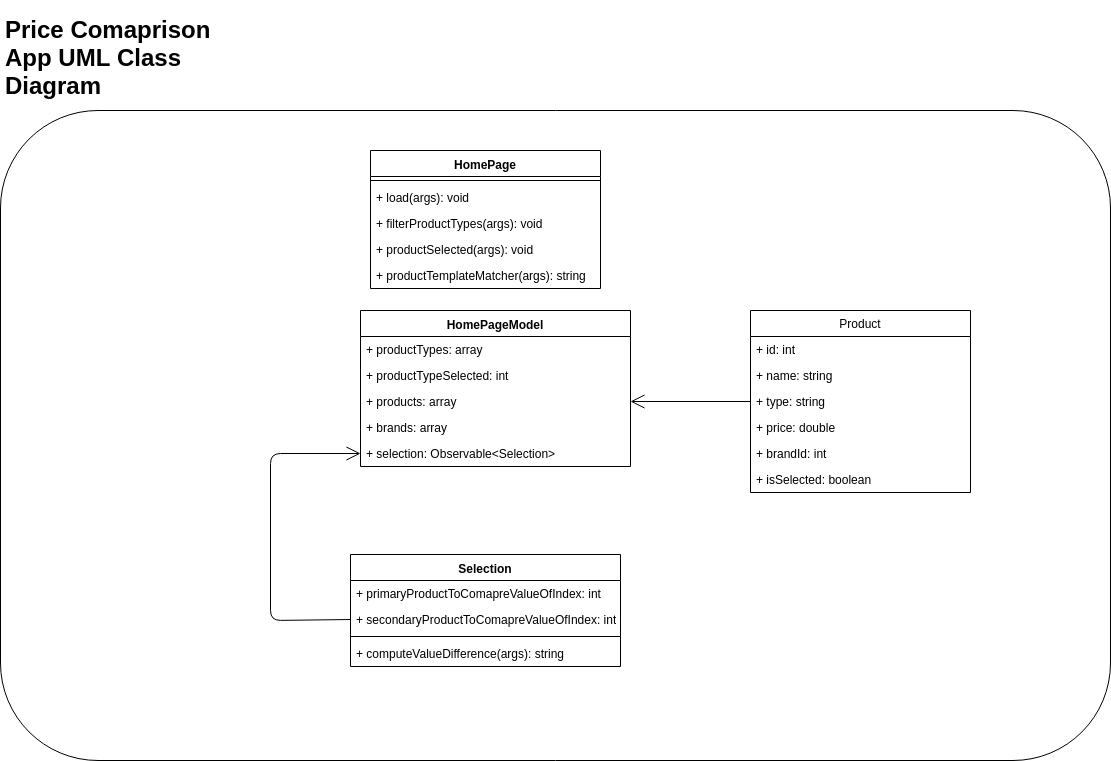
RyanMolyneux/PriceComparisonApp keeps this draw.io diagram as UMLClassDiagram.png. Above is the earlier version. Source tidied: cells renumbered, new cells last; positions are measured from the earlier drawing's top-left corner, leaving out a move shared by most shapes. Its diagram source:
```xml
<mxGraphModel>
  <root>
    <mxCell id="0" />
    <mxCell id="1" parent="0" />
    <mxCell id="2" style="rounded=1;whiteSpace=wrap;html=1;" parent="1" vertex="1">
      <mxGeometry y="100" width="1110" height="650" as="geometry" />
    </mxCell>
    <mxCell id="3" value="HomePage" style="swimlane;fontStyle=1;align=center;verticalAlign=top;horizontal=1;startSize=26;" parent="1" vertex="1">
      <mxGeometry x="370" y="140" width="230" height="138" as="geometry" />
    </mxCell>
    <mxCell id="4" style="line;strokeWidth=1;fillColor=none;align=left;verticalAlign=middle;spacingTop=-1;spacingLeft=3;spacingRight=3;labelPosition=right;" parent="3" vertex="1">
      <mxGeometry y="26" width="230" height="8" as="geometry" />
    </mxCell>
    <mxCell id="5" value="+ load(args): void" style="text;strokeColor=none;fillColor=none;align=left;verticalAlign=top;spacingLeft=4;spacingRight=4;overflow=hidden;" parent="3" vertex="1">
      <mxGeometry y="34" width="230" height="26" as="geometry" />
    </mxCell>
    <mxCell id="6" value="+ filterProductTypes(args): void" style="text;strokeColor=none;fillColor=none;align=left;verticalAlign=top;spacingLeft=4;spacingRight=4;overflow=hidden;" parent="3" vertex="1">
      <mxGeometry y="60" width="230" height="26" as="geometry" />
    </mxCell>
    <mxCell id="7" value="+ productSelected(args): void" style="text;strokeColor=none;fillColor=none;align=left;verticalAlign=top;spacingLeft=4;spacingRight=4;overflow=hidden;" parent="3" vertex="1">
      <mxGeometry y="86" width="230" height="26" as="geometry" />
    </mxCell>
    <mxCell id="8" value="+ productTemplateMatcher(args): string" style="text;strokeColor=none;fillColor=none;align=left;verticalAlign=top;spacingLeft=4;spacingRight=4;overflow=hidden;" parent="3" vertex="1">
      <mxGeometry y="112" width="230" height="26" as="geometry" />
    </mxCell>
    <mxCell id="9" value="HomePageModel" style="swimlane;fontStyle=1;align=center;verticalAlign=top;horizontal=1;startSize=26;" parent="1" vertex="1">
      <mxGeometry x="360" y="300" width="270" height="156" as="geometry" />
    </mxCell>
    <mxCell id="10" value="+ productTypes: array" style="text;strokeColor=none;fillColor=none;align=left;verticalAlign=top;spacingLeft=4;spacingRight=4;overflow=hidden;" parent="9" vertex="1">
      <mxGeometry y="26" width="270" height="26" as="geometry" />
    </mxCell>
    <mxCell id="11" value="+ productTypeSelected: int" style="text;strokeColor=none;fillColor=none;align=left;verticalAlign=top;spacingLeft=4;spacingRight=4;overflow=hidden;" parent="9" vertex="1">
      <mxGeometry y="52" width="270" height="26" as="geometry" />
    </mxCell>
    <mxCell id="12" value="+ products: array" style="text;strokeColor=none;fillColor=none;align=left;verticalAlign=top;spacingLeft=4;spacingRight=4;overflow=hidden;points=[[0,0.5],[1,0.5]];portConstraint=eastwest;" parent="9" vertex="1">
      <mxGeometry y="78" width="270" height="26" as="geometry" />
    </mxCell>
    <mxCell id="13" value="+ brands: array" style="text;strokeColor=none;fillColor=none;align=left;verticalAlign=top;spacingLeft=4;spacingRight=4;overflow=hidden;" parent="9" vertex="1">
      <mxGeometry y="104" width="270" height="26" as="geometry" />
    </mxCell>
    <mxCell id="14" value="+ selection: Observable&lt;Selection&gt;" style="text;strokeColor=none;fillColor=none;align=left;verticalAlign=top;spacingLeft=4;spacingRight=4;overflow=hidden;points=[[0,0.5],[1,0.5]];portConstraint=eastwest;" parent="9" vertex="1">
      <mxGeometry y="130" width="270" height="26" as="geometry" />
    </mxCell>
    <mxCell id="15" value="Product" style="swimlane;fontStyle=0;horizontal=1;startSize=26;fillColor=none;" parent="1" vertex="1">
      <mxGeometry x="750" y="300" width="220" height="182" as="geometry" />
    </mxCell>
    <mxCell id="16" value="+ id: int" style="text;strokeColor=none;fillColor=none;align=left;verticalAlign=top;spacingLeft=4;spacingRight=4;overflow=hidden;" parent="15" vertex="1">
      <mxGeometry y="26" width="220" height="26" as="geometry" />
    </mxCell>
    <mxCell id="17" value="+ name: string" style="text;strokeColor=none;fillColor=none;align=left;verticalAlign=top;spacingLeft=4;spacingRight=4;overflow=hidden;" parent="15" vertex="1">
      <mxGeometry y="52" width="220" height="26" as="geometry" />
    </mxCell>
    <mxCell id="18" value="+ type: string" style="text;strokeColor=none;fillColor=none;align=left;verticalAlign=top;spacingLeft=4;spacingRight=4;overflow=hidden;points=[[0,0.5],[1,0.5]];portConstraint=eastwest;" parent="15" vertex="1">
      <mxGeometry y="78" width="220" height="26" as="geometry" />
    </mxCell>
    <mxCell id="19" value="+ price: double" style="text;strokeColor=none;fillColor=none;align=left;verticalAlign=top;spacingLeft=4;spacingRight=4;overflow=hidden;" parent="15" vertex="1">
      <mxGeometry y="104" width="220" height="26" as="geometry" />
    </mxCell>
    <mxCell id="20" value="+ brandId: int" style="text;strokeColor=none;fillColor=none;align=left;verticalAlign=top;spacingLeft=4;spacingRight=4;overflow=hidden;" parent="15" vertex="1">
      <mxGeometry y="130" width="220" height="26" as="geometry" />
    </mxCell>
    <mxCell id="21" value="+ isSelected: boolean" style="text;strokeColor=none;fillColor=none;align=left;verticalAlign=top;spacingLeft=4;spacingRight=4;overflow=hidden;" parent="15" vertex="1">
      <mxGeometry y="156" width="220" height="26" as="geometry" />
    </mxCell>
    <mxCell id="22" value="Selection" style="swimlane;fontStyle=1;align=center;verticalAlign=top;horizontal=1;startSize=26;" parent="1" vertex="1">
      <mxGeometry x="350" y="544" width="270" height="112" as="geometry" />
    </mxCell>
    <mxCell id="23" value="+ primaryProductToComapreValueOfIndex: int" style="text;strokeColor=none;fillColor=none;align=left;verticalAlign=top;spacingLeft=4;spacingRight=4;overflow=hidden;" parent="22" vertex="1">
      <mxGeometry y="26" width="270" height="26" as="geometry" />
    </mxCell>
    <mxCell id="24" value="+ secondaryProductToComapreValueOfIndex: int" style="text;strokeColor=none;fillColor=none;align=left;verticalAlign=top;spacingLeft=4;spacingRight=4;overflow=hidden;points=[[0,0.5],[1,0.5]];portConstraint=eastwest;" parent="22" vertex="1">
      <mxGeometry y="52" width="270" height="26" as="geometry" />
    </mxCell>
    <mxCell id="25" style="line;strokeWidth=1;fillColor=none;align=left;verticalAlign=middle;spacingTop=-1;spacingLeft=3;spacingRight=3;labelPosition=right;" parent="22" vertex="1">
      <mxGeometry y="78" width="270" height="8" as="geometry" />
    </mxCell>
    <mxCell id="26" value="+ computeValueDifference(args): string" style="text;strokeColor=none;fillColor=none;align=left;verticalAlign=top;spacingLeft=4;spacingRight=4;overflow=hidden;" parent="22" vertex="1">
      <mxGeometry y="86" width="270" height="26" as="geometry" />
    </mxCell>
    <mxCell id="27" value="&lt;h1&gt;Price Comaprison App UML Class Diagram&lt;/h1&gt;" style="text;html=1;strokeColor=none;fillColor=none;spacing=5;spacingTop=-20;whiteSpace=wrap;overflow=hidden;rounded=0;" parent="1" vertex="1">
      <mxGeometry width="230" height="120" as="geometry" />
    </mxCell>
    <mxCell id="28" style="endArrow=open;endFill=1;endSize=12;html=1;entryX=1;entryY=0.5;entryDx=0;entryDy=0;exitX=0;exitY=0.5;exitDx=0;exitDy=0;" parent="1" edge="1" source="18" target="12">
      <mxGeometry relative="1" as="geometry" />
    </mxCell>
    <mxCell id="29" style="endArrow=open;endFill=1;endSize=12;html=1;entryX=0;entryY=0.5;entryDx=0;entryDy=0;exitX=0;exitY=0.5;exitDx=0;exitDy=0;" parent="1" edge="1" source="24" target="14">
      <mxGeometry relative="1" as="geometry">
        <Array as="points">
          <mxPoint x="270" y="610" />
          <mxPoint x="270" y="443" />
        </Array>
      </mxGeometry>
    </mxCell>
  </root>
</mxGraphModel>
```
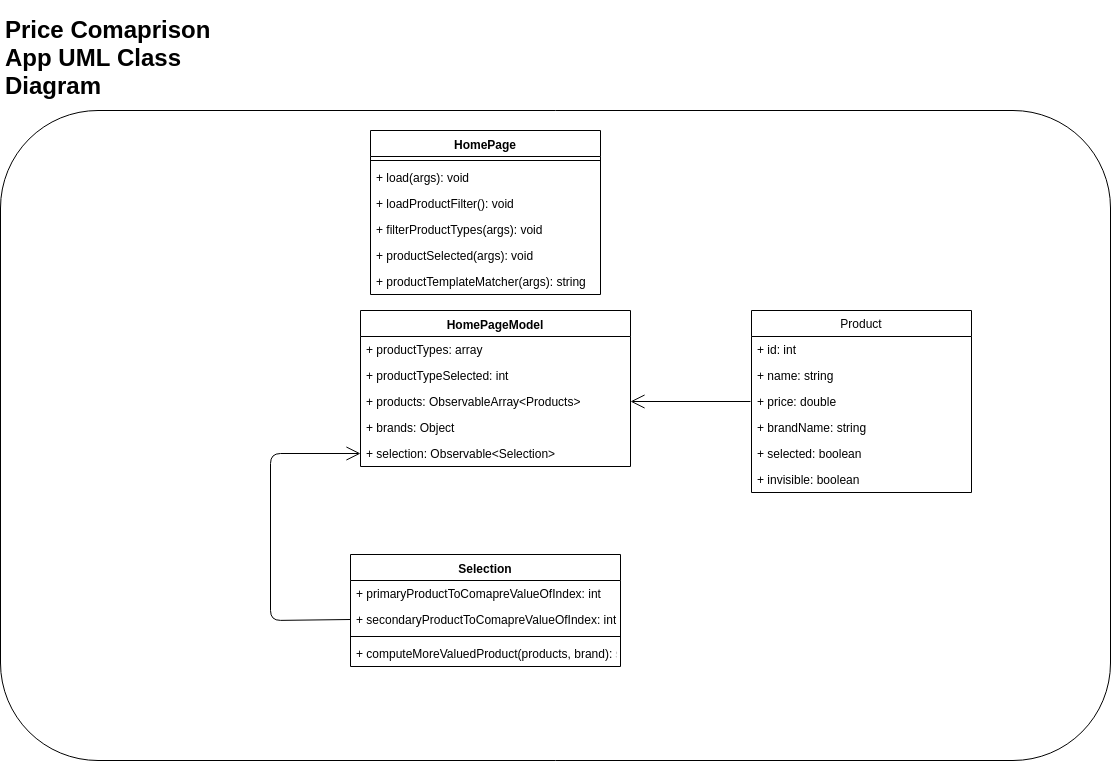
Later version of the same file.

Diff of the diagram source:
```diff
@@ -6,7 +6,7 @@
       <mxGeometry y="100" width="1110" height="650" as="geometry" />
     </mxCell>
     <mxCell id="3" value="HomePage" style="swimlane;fontStyle=1;align=center;verticalAlign=top;horizontal=1;startSize=26;" parent="1" vertex="1">
-      <mxGeometry x="370" y="140" width="230" height="138" as="geometry" />
+      <mxGeometry x="370" y="120" width="230" height="164" as="geometry" />
     </mxCell>
     <mxCell id="4" style="line;strokeWidth=1;fillColor=none;align=left;verticalAlign=middle;spacingTop=-1;spacingLeft=3;spacingRight=3;labelPosition=right;" parent="3" vertex="1">
       <mxGeometry y="26" width="230" height="8" as="geometry" />
@@ -14,14 +14,17 @@
     <mxCell id="5" value="+ load(args): void" style="text;strokeColor=none;fillColor=none;align=left;verticalAlign=top;spacingLeft=4;spacingRight=4;overflow=hidden;" parent="3" vertex="1">
       <mxGeometry y="34" width="230" height="26" as="geometry" />
     </mxCell>
+    <mxCell id="30" value="+ loadProductFilter(): void" style="text;strokeColor=none;fillColor=none;align=left;verticalAlign=top;spacingLeft=4;spacingRight=4;overflow=hidden;" parent="3" vertex="1">
+      <mxGeometry y="60" width="230" height="26" as="geometry" />
+    </mxCell>
     <mxCell id="6" value="+ filterProductTypes(args): void" style="text;strokeColor=none;fillColor=none;align=left;verticalAlign=top;spacingLeft=4;spacingRight=4;overflow=hidden;" parent="3" vertex="1">
-      <mxGeometry y="60" width="230" height="26" as="geometry" />
+      <mxGeometry y="86" width="230" height="26" as="geometry" />
     </mxCell>
     <mxCell id="7" value="+ productSelected(args): void" style="text;strokeColor=none;fillColor=none;align=left;verticalAlign=top;spacingLeft=4;spacingRight=4;overflow=hidden;" parent="3" vertex="1">
-      <mxGeometry y="86" width="230" height="26" as="geometry" />
+      <mxGeometry y="112" width="230" height="26" as="geometry" />
     </mxCell>
     <mxCell id="8" value="+ productTemplateMatcher(args): string" style="text;strokeColor=none;fillColor=none;align=left;verticalAlign=top;spacingLeft=4;spacingRight=4;overflow=hidden;" parent="3" vertex="1">
-      <mxGeometry y="112" width="230" height="26" as="geometry" />
+      <mxGeometry y="138" width="230" height="26" as="geometry" />
     </mxCell>
     <mxCell id="9" value="HomePageModel" style="swimlane;fontStyle=1;align=center;verticalAlign=top;horizontal=1;startSize=26;" parent="1" vertex="1">
       <mxGeometry x="360" y="300" width="270" height="156" as="geometry" />
@@ -32,17 +35,17 @@
     <mxCell id="11" value="+ productTypeSelected: int" style="text;strokeColor=none;fillColor=none;align=left;verticalAlign=top;spacingLeft=4;spacingRight=4;overflow=hidden;" parent="9" vertex="1">
       <mxGeometry y="52" width="270" height="26" as="geometry" />
     </mxCell>
-    <mxCell id="12" value="+ products: array" style="text;strokeColor=none;fillColor=none;align=left;verticalAlign=top;spacingLeft=4;spacingRight=4;overflow=hidden;points=[[0,0.5],[1,0.5]];portConstraint=eastwest;" parent="9" vertex="1">
+    <mxCell id="12" value="+ products: ObservableArray&lt;Products&gt;" style="text;strokeColor=none;fillColor=none;align=left;verticalAlign=top;spacingLeft=4;spacingRight=4;overflow=hidden;points=[[0,0.5],[1,0.5]];portConstraint=eastwest;" parent="9" vertex="1">
       <mxGeometry y="78" width="270" height="26" as="geometry" />
     </mxCell>
-    <mxCell id="13" value="+ brands: array" style="text;strokeColor=none;fillColor=none;align=left;verticalAlign=top;spacingLeft=4;spacingRight=4;overflow=hidden;" parent="9" vertex="1">
+    <mxCell id="13" value="+ brands: Object" style="text;strokeColor=none;fillColor=none;align=left;verticalAlign=top;spacingLeft=4;spacingRight=4;overflow=hidden;" parent="9" vertex="1">
       <mxGeometry y="104" width="270" height="26" as="geometry" />
     </mxCell>
     <mxCell id="14" value="+ selection: Observable&lt;Selection&gt;" style="text;strokeColor=none;fillColor=none;align=left;verticalAlign=top;spacingLeft=4;spacingRight=4;overflow=hidden;points=[[0,0.5],[1,0.5]];portConstraint=eastwest;" parent="9" vertex="1">
       <mxGeometry y="130" width="270" height="26" as="geometry" />
     </mxCell>
     <mxCell id="15" value="Product" style="swimlane;fontStyle=0;horizontal=1;startSize=26;fillColor=none;" parent="1" vertex="1">
-      <mxGeometry x="750" y="300" width="220" height="182" as="geometry" />
+      <mxGeometry x="751" y="300" width="220" height="182" as="geometry" />
     </mxCell>
     <mxCell id="16" value="+ id: int" style="text;strokeColor=none;fillColor=none;align=left;verticalAlign=top;spacingLeft=4;spacingRight=4;overflow=hidden;" parent="15" vertex="1">
       <mxGeometry y="26" width="220" height="26" as="geometry" />
@@ -50,18 +53,18 @@
     <mxCell id="17" value="+ name: string" style="text;strokeColor=none;fillColor=none;align=left;verticalAlign=top;spacingLeft=4;spacingRight=4;overflow=hidden;" parent="15" vertex="1">
       <mxGeometry y="52" width="220" height="26" as="geometry" />
     </mxCell>
-    <mxCell id="18" value="+ type: string" style="text;strokeColor=none;fillColor=none;align=left;verticalAlign=top;spacingLeft=4;spacingRight=4;overflow=hidden;points=[[0,0.5],[1,0.5]];portConstraint=eastwest;" parent="15" vertex="1">
-      <mxGeometry y="78" width="220" height="26" as="geometry" />
-    </mxCell>
     <mxCell id="19" value="+ price: double" style="text;strokeColor=none;fillColor=none;align=left;verticalAlign=top;spacingLeft=4;spacingRight=4;overflow=hidden;" parent="15" vertex="1">
-      <mxGeometry y="104" width="220" height="26" as="geometry" />
+      <mxGeometry y="78" width="220" height="26" as="geometry" />
     </mxCell>
-    <mxCell id="20" value="+ brandId: int" style="text;strokeColor=none;fillColor=none;align=left;verticalAlign=top;spacingLeft=4;spacingRight=4;overflow=hidden;" parent="15" vertex="1">
-      <mxGeometry y="130" width="220" height="26" as="geometry" />
+    <mxCell id="20" value="+ brandName: string" style="text;strokeColor=none;fillColor=none;align=left;verticalAlign=top;spacingLeft=4;spacingRight=4;overflow=hidden;" parent="15" vertex="1">
+      <mxGeometry y="104" width="220" height="26" as="geometry" />
     </mxCell>
-    <mxCell id="21" value="+ isSelected: boolean" style="text;strokeColor=none;fillColor=none;align=left;verticalAlign=top;spacingLeft=4;spacingRight=4;overflow=hidden;" parent="15" vertex="1">
-      <mxGeometry y="156" width="220" height="26" as="geometry" />
+    <mxCell id="21" value="+ selected: boolean" style="text;strokeColor=none;fillColor=none;align=left;verticalAlign=top;spacingLeft=4;spacingRight=4;overflow=hidden;" parent="15" vertex="1">
+      <mxGeometry y="130" width="220" height="26" as="geometry" />
     </mxCell>
+    <mxCell id="31" value="+ invisible: boolean" style="text;strokeColor=none;fillColor=none;align=left;verticalAlign=top;spacingLeft=4;spacingRight=4;overflow=hidden;" parent="15" vertex="1">
+      <mxGeometry y="156" width="220" height="26" as="geometry" />
+    </mxCell>
     <mxCell id="22" value="Selection" style="swimlane;fontStyle=1;align=center;verticalAlign=top;horizontal=1;startSize=26;" parent="1" vertex="1">
       <mxGeometry x="350" y="544" width="270" height="112" as="geometry" />
     </mxCell>
@@ -74,14 +77,16 @@
     <mxCell id="25" style="line;strokeWidth=1;fillColor=none;align=left;verticalAlign=middle;spacingTop=-1;spacingLeft=3;spacingRight=3;labelPosition=right;" parent="22" vertex="1">
       <mxGeometry y="78" width="270" height="8" as="geometry" />
     </mxCell>
-    <mxCell id="26" value="+ computeValueDifference(args): string" style="text;strokeColor=none;fillColor=none;align=left;verticalAlign=top;spacingLeft=4;spacingRight=4;overflow=hidden;" parent="22" vertex="1">
+    <mxCell id="26" value="+ computeMoreValuedProduct(products, brand): string" style="text;strokeColor=none;fillColor=none;align=left;verticalAlign=top;spacingLeft=4;spacingRight=4;overflow=hidden;" parent="22" vertex="1">
       <mxGeometry y="86" width="270" height="26" as="geometry" />
     </mxCell>
     <mxCell id="27" value="&lt;h1&gt;Price Comaprison App UML Class Diagram&lt;/h1&gt;" style="text;html=1;strokeColor=none;fillColor=none;spacing=5;spacingTop=-20;whiteSpace=wrap;overflow=hidden;rounded=0;" parent="1" vertex="1">
       <mxGeometry width="230" height="120" as="geometry" />
     </mxCell>
-    <mxCell id="28" style="endArrow=open;endFill=1;endSize=12;html=1;entryX=1;entryY=0.5;entryDx=0;entryDy=0;exitX=0;exitY=0.5;exitDx=0;exitDy=0;" parent="1" edge="1" source="18" target="12">
-      <mxGeometry relative="1" as="geometry" />
+    <mxCell id="28" style="endArrow=open;endFill=1;endSize=12;html=1;entryX=1;entryY=0.5;entryDx=0;entryDy=0;exitX=0;exitY=0.5;exitDx=0;exitDy=0;" parent="1" edge="1" target="12">
+      <mxGeometry relative="1" as="geometry">
+        <mxPoint x="750" y="391" as="sourcePoint" />
+      </mxGeometry>
     </mxCell>
     <mxCell id="29" style="endArrow=open;endFill=1;endSize=12;html=1;entryX=0;entryY=0.5;entryDx=0;entryDy=0;exitX=0;exitY=0.5;exitDx=0;exitDy=0;" parent="1" edge="1" source="24" target="14">
       <mxGeometry relative="1" as="geometry">
```
